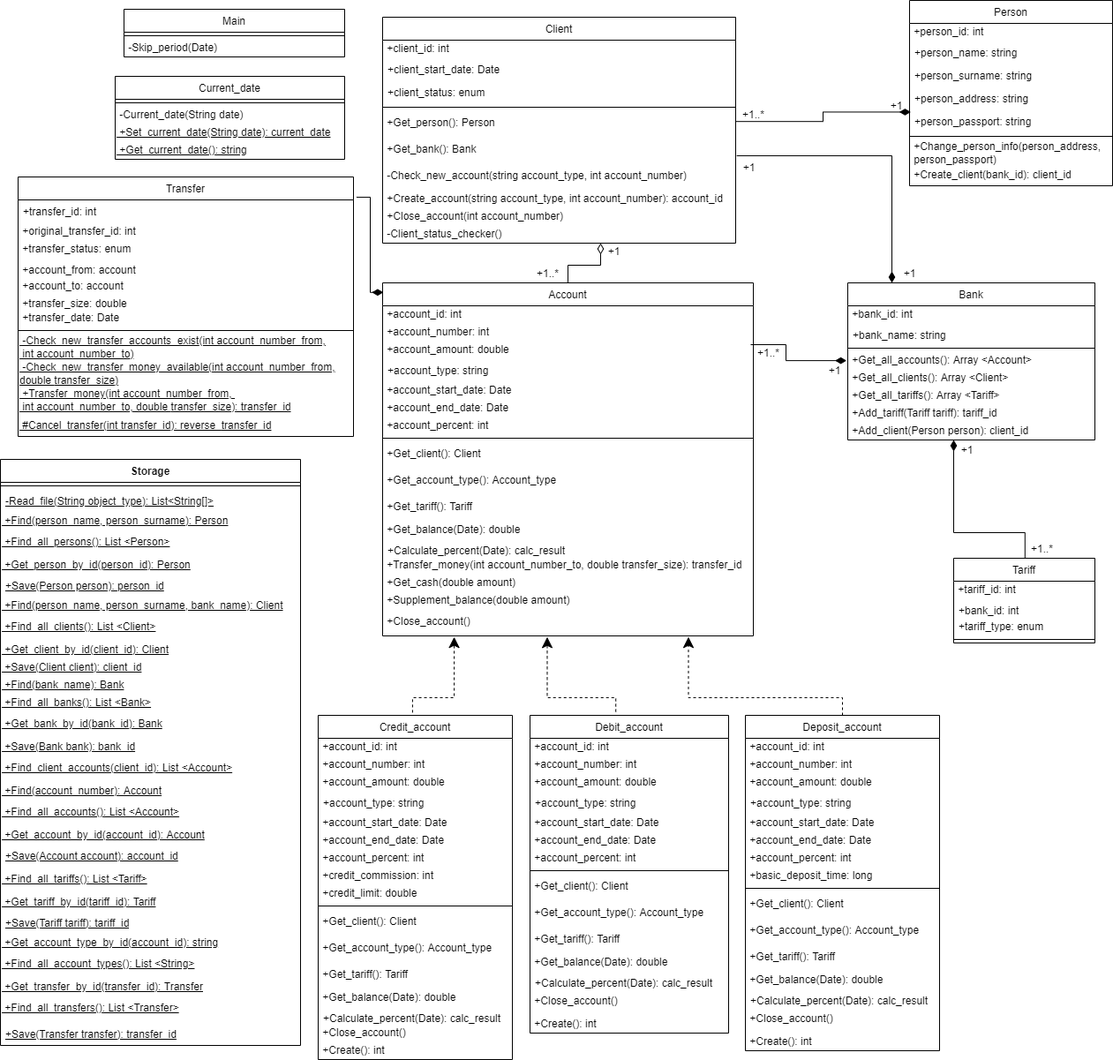
The draw.io diagram Banking diagram.png in Tanitum/Banking-system, before a commit. Source tidied: cells renumbered, new cells last; positions are measured from the earlier drawing's top-left corner, leaving out a move shared by most shapes.
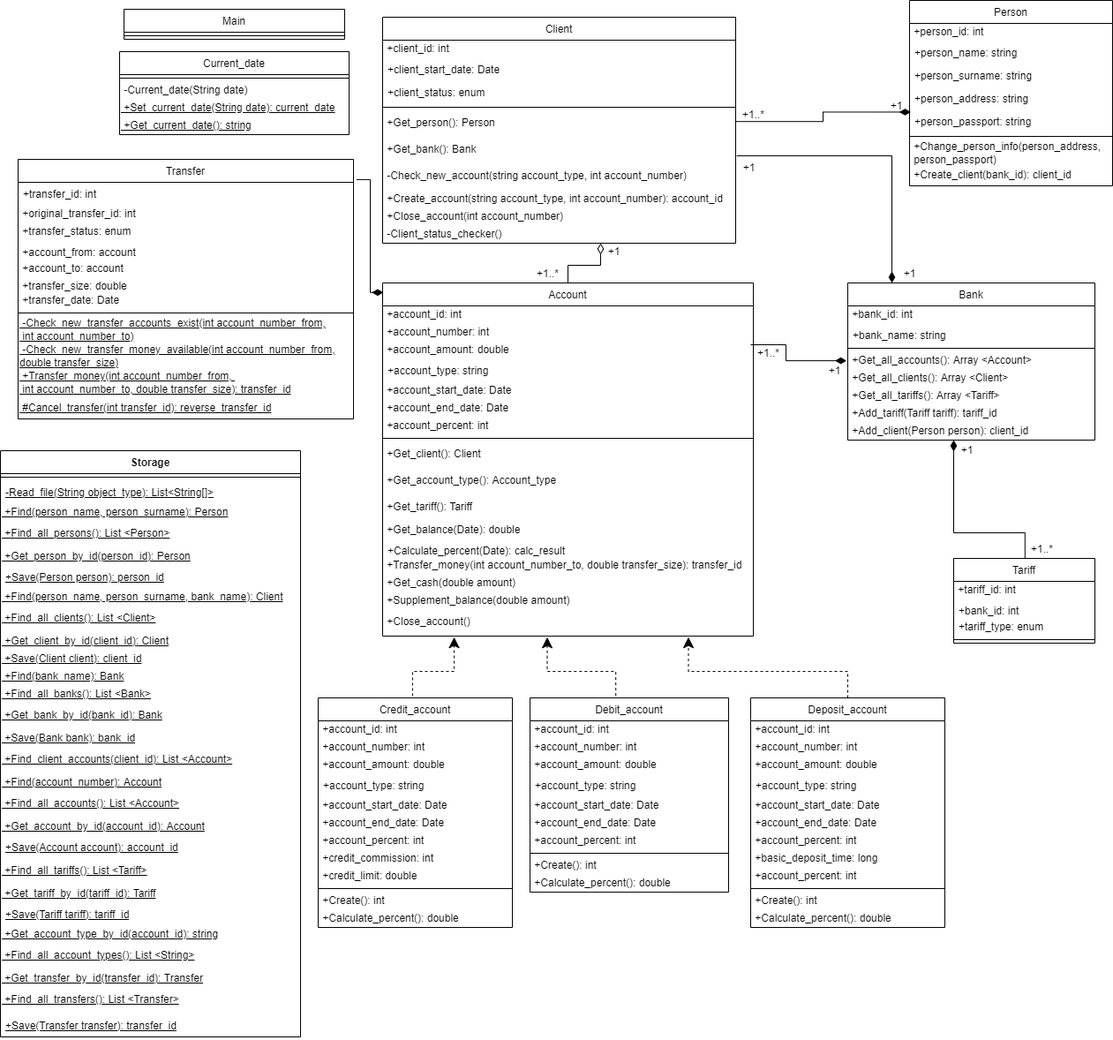
Above is the later version.

Change to the diagram source:
```diff
@@ -217,14 +217,11 @@
       <mxGeometry y="88" width="160" height="8" as="geometry" />
     </mxCell>
     <mxCell id="65" value="Main" style="swimlane;fontStyle=0;align=center;verticalAlign=top;horizontal=1;startSize=26;" parent="1" vertex="1">
-      <mxGeometry x="140" y="10" width="250" height="54" as="geometry" />
+      <mxGeometry x="140" y="10" width="250" height="34" as="geometry" />
     </mxCell>
     <mxCell id="66" style="line;strokeWidth=1;fillColor=none;align=left;verticalAlign=middle;spacingTop=-1;spacingLeft=3;spacingRight=3;labelPosition=right;" parent="65" vertex="1">
       <mxGeometry y="26" width="250" height="8" as="geometry" />
     </mxCell>
-    <mxCell id="67" value="&amp;nbsp;-Skip_period(Date)" style="text;html=1;align=left;verticalAlign=middle;strokeColor=none;fillColor=none;" parent="65" vertex="1">
-      <mxGeometry y="34" width="250" height="20" as="geometry" />
-    </mxCell>
     <mxCell id="68" value="+1" style="text;html=1;align=center;verticalAlign=middle;strokeColor=none;fillColor=none;" parent="1" vertex="1">
       <mxGeometry x="1080" y="500" width="30" height="20" as="geometry" />
     </mxCell>
@@ -232,7 +229,7 @@
       <mxGeometry x="1160" y="612" width="40" height="20" as="geometry" />
     </mxCell>
     <mxCell id="70" value="Debit_account" style="swimlane;fontStyle=0;align=center;verticalAlign=top;horizontal=1;startSize=26;" parent="1" vertex="1">
-      <mxGeometry x="600" y="810" width="225" height="360" as="geometry" />
+      <mxGeometry x="600" y="790" width="225" height="220" as="geometry" />
     </mxCell>
     <mxCell id="71" value="&lt;span style=&quot;&quot;&gt;&amp;nbsp;+account_id: int&lt;/span&gt;" style="text;html=1;align=left;verticalAlign=middle;strokeColor=none;fillColor=none;" parent="70" vertex="1">
       <mxGeometry y="26" width="225" height="20" as="geometry" />
@@ -258,29 +255,14 @@
     <mxCell id="78" style="line;strokeWidth=1;fillColor=none;align=left;verticalAlign=middle;spacingTop=-1;spacingLeft=3;spacingRight=3;labelPosition=right;" parent="70" vertex="1">
       <mxGeometry y="172" width="225" height="8" as="geometry" />
     </mxCell>
-    <mxCell id="79" value="&lt;span style=&quot;color: rgb(0 , 0 , 0) ; font-family: &amp;#34;helvetica&amp;#34; ; font-size: 12px ; font-style: normal ; font-weight: 400 ; letter-spacing: normal ; text-align: left ; text-indent: 0px ; text-transform: none ; word-spacing: 0px ; display: inline ; float: none&quot;&gt;&amp;nbsp;+Get_client(): C&lt;/span&gt;&lt;span style=&quot;font-family: &amp;#34;helvetica&amp;#34;&quot;&gt;lient&lt;/span&gt;" style="text;whiteSpace=wrap;html=1;" parent="70" vertex="1">
-      <mxGeometry y="180" width="225" height="30" as="geometry" />
-    </mxCell>
-    <mxCell id="80" value="&lt;span style=&quot;color: rgb(0 , 0 , 0) ; font-family: &amp;#34;helvetica&amp;#34; ; font-size: 12px ; font-style: normal ; font-weight: 400 ; letter-spacing: normal ; text-align: left ; text-indent: 0px ; text-transform: none ; word-spacing: 0px ; display: inline ; float: none&quot;&gt;&amp;nbsp;+Get_account_type(): Account_type&lt;/span&gt;" style="text;whiteSpace=wrap;html=1;" parent="70" vertex="1">
-      <mxGeometry y="210" width="225" height="30" as="geometry" />
-    </mxCell>
-    <mxCell id="81" value="&lt;span style=&quot;color: rgb(0 , 0 , 0) ; font-family: &amp;#34;helvetica&amp;#34; ; font-size: 12px ; font-style: normal ; font-weight: 400 ; letter-spacing: normal ; text-align: left ; text-indent: 0px ; text-transform: none ; word-spacing: 0px ; display: inline ; float: none&quot;&gt;&amp;nbsp;+Get_tariff(): Tariff&lt;/span&gt;" style="text;whiteSpace=wrap;html=1;" parent="70" vertex="1">
-      <mxGeometry y="240" width="225" height="30" as="geometry" />
-    </mxCell>
-    <mxCell id="82" value="&amp;nbsp;+Get_balance(Date): double" style="text;html=1;align=left;verticalAlign=middle;strokeColor=none;fillColor=none;" parent="70" vertex="1">
-      <mxGeometry y="270" width="225" height="20" as="geometry" />
-    </mxCell>
-    <mxCell id="83" value="+Calculate_percent(Date): calc_result" style="text;strokeColor=none;fillColor=none;align=left;verticalAlign=top;spacingLeft=4;spacingRight=4;overflow=hidden;" parent="70" vertex="1">
-      <mxGeometry y="290" width="225" height="20" as="geometry" />
-    </mxCell>
-    <mxCell id="84" value="&lt;span style=&quot;color: rgb(0 , 0 , 0) ; font-family: &amp;#34;helvetica&amp;#34; ; font-size: 12px ; font-style: normal ; font-weight: 400 ; letter-spacing: normal ; text-align: left ; text-indent: 0px ; text-transform: none ; word-spacing: 0px&quot;&gt;&amp;nbsp;+Close_account(&lt;/span&gt;&lt;span style=&quot;color: rgb(0 , 0 , 0) ; font-family: &amp;#34;helvetica&amp;#34; ; font-size: 12px ; font-style: normal ; font-weight: 400 ; letter-spacing: normal ; text-align: left ; text-indent: 0px ; text-transform: none ; word-spacing: 0px&quot;&gt;)&lt;/span&gt;" style="text;whiteSpace=wrap;html=1;" parent="70" vertex="1">
-      <mxGeometry y="310" width="225" height="30" as="geometry" />
-    </mxCell>
     <mxCell id="85" value="&amp;nbsp;+Create(): int" style="text;html=1;align=left;verticalAlign=middle;strokeColor=none;fillColor=none;" parent="70" vertex="1">
-      <mxGeometry y="340" width="225" height="20" as="geometry" />
+      <mxGeometry y="180" width="225" height="20" as="geometry" />
     </mxCell>
+    <mxCell id="173" value="&amp;nbsp;+Calculate_percent(): double" style="text;html=1;align=left;verticalAlign=middle;strokeColor=none;fillColor=none;" parent="70" vertex="1">
+      <mxGeometry y="200" width="225" height="20" as="geometry" />
+    </mxCell>
     <mxCell id="86" value="Deposit_account" style="swimlane;fontStyle=0;align=center;verticalAlign=top;horizontal=1;startSize=26;" parent="1" vertex="1">
-      <mxGeometry x="844" y="810" width="220" height="380" as="geometry" />
+      <mxGeometry x="850" y="790" width="220" height="260" as="geometry" />
     </mxCell>
     <mxCell id="87" value="&lt;span style=&quot;&quot;&gt;&amp;nbsp;+account_id: int&lt;/span&gt;" style="text;html=1;align=left;verticalAlign=middle;strokeColor=none;fillColor=none;" parent="86" vertex="1">
       <mxGeometry y="26" width="220" height="20" as="geometry" />
@@ -306,32 +288,20 @@
     <mxCell id="94" value="&lt;span&gt;&amp;nbsp;+basic_deposit_time: long&lt;/span&gt;" style="text;html=1;align=left;verticalAlign=middle;strokeColor=none;fillColor=none;" parent="86" vertex="1">
       <mxGeometry y="172" width="220" height="20" as="geometry" />
     </mxCell>
+    <mxCell id="174" value="&lt;span&gt;&amp;nbsp;+account_percent: int&lt;/span&gt;" style="text;html=1;align=left;verticalAlign=middle;strokeColor=none;fillColor=none;" parent="86" vertex="1">
+      <mxGeometry y="192" width="220" height="20" as="geometry" />
+    </mxCell>
     <mxCell id="95" style="line;strokeWidth=1;fillColor=none;align=left;verticalAlign=middle;spacingTop=-1;spacingLeft=3;spacingRight=3;labelPosition=right;" parent="86" vertex="1">
-      <mxGeometry y="192" width="220" height="8" as="geometry" />
+      <mxGeometry y="212" width="220" height="8" as="geometry" />
     </mxCell>
-    <mxCell id="96" value="&lt;span style=&quot;color: rgb(0 , 0 , 0) ; font-family: &amp;#34;helvetica&amp;#34; ; font-size: 12px ; font-style: normal ; font-weight: 400 ; letter-spacing: normal ; text-align: left ; text-indent: 0px ; text-transform: none ; word-spacing: 0px ; display: inline ; float: none&quot;&gt;&amp;nbsp;+Get_client(): C&lt;/span&gt;&lt;span style=&quot;font-family: &amp;#34;helvetica&amp;#34;&quot;&gt;lient&lt;/span&gt;" style="text;whiteSpace=wrap;html=1;" parent="86" vertex="1">
-      <mxGeometry y="200" width="220" height="30" as="geometry" />
-    </mxCell>
-    <mxCell id="97" value="&lt;span style=&quot;color: rgb(0 , 0 , 0) ; font-family: &amp;#34;helvetica&amp;#34; ; font-size: 12px ; font-style: normal ; font-weight: 400 ; letter-spacing: normal ; text-align: left ; text-indent: 0px ; text-transform: none ; word-spacing: 0px ; display: inline ; float: none&quot;&gt;&amp;nbsp;+Get_account_type(): Account_type&lt;/span&gt;" style="text;whiteSpace=wrap;html=1;" parent="86" vertex="1">
-      <mxGeometry y="230" width="220" height="30" as="geometry" />
-    </mxCell>
-    <mxCell id="98" value="&lt;span style=&quot;color: rgb(0 , 0 , 0) ; font-family: &amp;#34;helvetica&amp;#34; ; font-size: 12px ; font-style: normal ; font-weight: 400 ; letter-spacing: normal ; text-align: left ; text-indent: 0px ; text-transform: none ; word-spacing: 0px ; display: inline ; float: none&quot;&gt;&amp;nbsp;+Get_tariff(): Tariff&lt;/span&gt;" style="text;whiteSpace=wrap;html=1;" parent="86" vertex="1">
-      <mxGeometry y="260" width="220" height="30" as="geometry" />
-    </mxCell>
-    <mxCell id="99" value="&amp;nbsp;+Get_balance(Date): double" style="text;html=1;align=left;verticalAlign=middle;strokeColor=none;fillColor=none;" parent="86" vertex="1">
-      <mxGeometry y="290" width="220" height="20" as="geometry" />
-    </mxCell>
-    <mxCell id="100" value="+Calculate_percent(Date): calc_result" style="text;strokeColor=none;fillColor=none;align=left;verticalAlign=top;spacingLeft=4;spacingRight=4;overflow=hidden;" parent="86" vertex="1">
-      <mxGeometry y="310" width="220" height="20" as="geometry" />
-    </mxCell>
-    <mxCell id="101" value="&lt;span style=&quot;color: rgb(0 , 0 , 0) ; font-family: &amp;#34;helvetica&amp;#34; ; font-size: 12px ; font-style: normal ; font-weight: 400 ; letter-spacing: normal ; text-align: left ; text-indent: 0px ; text-transform: none ; word-spacing: 0px&quot;&gt;&amp;nbsp;+Close_account(&lt;/span&gt;&lt;span style=&quot;color: rgb(0 , 0 , 0) ; font-family: &amp;#34;helvetica&amp;#34; ; font-size: 12px ; font-style: normal ; font-weight: 400 ; letter-spacing: normal ; text-align: left ; text-indent: 0px ; text-transform: none ; word-spacing: 0px&quot;&gt;)&lt;/span&gt;" style="text;whiteSpace=wrap;html=1;" parent="86" vertex="1">
-      <mxGeometry y="330" width="220" height="30" as="geometry" />
-    </mxCell>
     <mxCell id="102" value="&amp;nbsp;+Create(): int" style="text;html=1;align=left;verticalAlign=middle;strokeColor=none;fillColor=none;" parent="86" vertex="1">
-      <mxGeometry y="360" width="220" height="20" as="geometry" />
+      <mxGeometry y="220" width="220" height="20" as="geometry" />
     </mxCell>
+    <mxCell id="175" value="&amp;nbsp;+Calculate_percent(): double" style="text;html=1;align=left;verticalAlign=middle;strokeColor=none;fillColor=none;" parent="86" vertex="1">
+      <mxGeometry y="240" width="220" height="20" as="geometry" />
+    </mxCell>
     <mxCell id="103" value="Credit_account" style="swimlane;fontStyle=0;align=center;verticalAlign=top;horizontal=1;startSize=26;" parent="1" vertex="1">
-      <mxGeometry x="360" y="810" width="220" height="390" as="geometry" />
+      <mxGeometry x="360" y="790" width="220" height="260" as="geometry" />
     </mxCell>
     <mxCell id="104" value="&lt;span style=&quot;&quot;&gt;&amp;nbsp;+account_id: int&lt;/span&gt;" style="text;html=1;align=left;verticalAlign=middle;strokeColor=none;fillColor=none;" parent="103" vertex="1">
       <mxGeometry y="26" width="220" height="20" as="geometry" />
@@ -363,27 +333,12 @@
     <mxCell id="113" style="line;strokeWidth=1;fillColor=none;align=left;verticalAlign=middle;spacingTop=-1;spacingLeft=3;spacingRight=3;labelPosition=right;" parent="103" vertex="1">
       <mxGeometry y="212" width="220" height="8" as="geometry" />
     </mxCell>
-    <mxCell id="114" value="&lt;span style=&quot;color: rgb(0 , 0 , 0) ; font-family: &amp;#34;helvetica&amp;#34; ; font-size: 12px ; font-style: normal ; font-weight: 400 ; letter-spacing: normal ; text-align: left ; text-indent: 0px ; text-transform: none ; word-spacing: 0px ; display: inline ; float: none&quot;&gt;&amp;nbsp;+Get_client(): C&lt;/span&gt;&lt;span style=&quot;font-family: &amp;#34;helvetica&amp;#34;&quot;&gt;lient&lt;/span&gt;" style="text;whiteSpace=wrap;html=1;" parent="103" vertex="1">
-      <mxGeometry y="220" width="220" height="30" as="geometry" />
-    </mxCell>
-    <mxCell id="115" value="&lt;span style=&quot;color: rgb(0 , 0 , 0) ; font-family: &amp;#34;helvetica&amp;#34; ; font-size: 12px ; font-style: normal ; font-weight: 400 ; letter-spacing: normal ; text-align: left ; text-indent: 0px ; text-transform: none ; word-spacing: 0px ; display: inline ; float: none&quot;&gt;&amp;nbsp;+Get_account_type(): Account_type&lt;/span&gt;" style="text;whiteSpace=wrap;html=1;" parent="103" vertex="1">
-      <mxGeometry y="250" width="220" height="30" as="geometry" />
-    </mxCell>
-    <mxCell id="116" value="&lt;span style=&quot;color: rgb(0 , 0 , 0) ; font-family: &amp;#34;helvetica&amp;#34; ; font-size: 12px ; font-style: normal ; font-weight: 400 ; letter-spacing: normal ; text-align: left ; text-indent: 0px ; text-transform: none ; word-spacing: 0px ; display: inline ; float: none&quot;&gt;&amp;nbsp;+Get_tariff(): Tariff&lt;/span&gt;" style="text;whiteSpace=wrap;html=1;" parent="103" vertex="1">
-      <mxGeometry y="280" width="220" height="30" as="geometry" />
-    </mxCell>
-    <mxCell id="117" value="&amp;nbsp;+Get_balance(Date): double" style="text;html=1;align=left;verticalAlign=middle;strokeColor=none;fillColor=none;" parent="103" vertex="1">
-      <mxGeometry y="310" width="220" height="20" as="geometry" />
-    </mxCell>
-    <mxCell id="118" value="+Calculate_percent(Date): calc_result" style="text;strokeColor=none;fillColor=none;align=left;verticalAlign=top;spacingLeft=4;spacingRight=4;overflow=hidden;" parent="103" vertex="1">
-      <mxGeometry y="330" width="220" height="20" as="geometry" />
-    </mxCell>
-    <mxCell id="119" value="&lt;span&gt;&amp;nbsp;+Close_account(&lt;/span&gt;&lt;span&gt;)&lt;br&gt;&lt;/span&gt;" style="text;html=1;align=left;verticalAlign=middle;strokeColor=none;fillColor=none;" parent="103" vertex="1">
-      <mxGeometry y="350" width="220" height="20" as="geometry" />
-    </mxCell>
     <mxCell id="120" value="&amp;nbsp;+Create(): int" style="text;html=1;align=left;verticalAlign=middle;strokeColor=none;fillColor=none;" parent="103" vertex="1">
-      <mxGeometry y="370" width="220" height="20" as="geometry" />
+      <mxGeometry y="220" width="220" height="20" as="geometry" />
     </mxCell>
+    <mxCell id="176" value="&amp;nbsp;+Calculate_percent(): double" style="text;html=1;align=left;verticalAlign=middle;strokeColor=none;fillColor=none;" parent="103" vertex="1">
+      <mxGeometry y="240" width="220" height="20" as="geometry" />
+    </mxCell>
     <mxCell id="121" style="edgeStyle=elbowEdgeStyle;elbow=vertical;endArrow=diamondThin;html=1;rounded=0;endSize=10;jumpSize=10;exitX=0.505;exitY=-0.003;exitDx=0;exitDy=0;exitPerimeter=0;endFill=1;" parent="1" edge="1" source="60" target="51">
       <mxGeometry relative="1" as="geometry">
         <Array as="points">
@@ -394,6 +349,8 @@
     <mxCell id="122" style="edgeStyle=elbowEdgeStyle;elbow=vertical;endArrow=classic;html=1;rounded=0;endSize=10;jumpSize=10;exitX=0.486;exitY=-0.008;exitDx=0;exitDy=0;exitPerimeter=0;dashed=1;entryX=0.193;entryY=1.038;entryDx=0;entryDy=0;entryPerimeter=0;" parent="1" edge="1" source="103" target="30">
       <mxGeometry relative="1" as="geometry">
         <Array as="points">
+          <mxPoint x="490" y="760" />
+          <mxPoint x="500" y="770" />
           <mxPoint x="490" y="790" />
           <mxPoint x="490" y="770" />
           <mxPoint x="520" y="760" />
@@ -404,6 +361,8 @@
     <mxCell id="123" style="edgeStyle=elbowEdgeStyle;elbow=vertical;endArrow=classic;html=1;rounded=0;endSize=10;jumpSize=10;entryX=0.825;entryY=1.038;entryDx=0;entryDy=0;entryPerimeter=0;dashed=1;" parent="1" edge="1" source="86" target="30">
       <mxGeometry relative="1" as="geometry">
         <Array as="points">
+          <mxPoint x="820" y="760" />
+          <mxPoint x="830" y="770" />
           <mxPoint x="830" y="790" />
           <mxPoint x="820" y="770" />
           <mxPoint x="890" y="760" />
@@ -413,6 +372,8 @@
     <mxCell id="124" style="edgeStyle=elbowEdgeStyle;elbow=vertical;endArrow=classic;html=1;rounded=0;endSize=10;jumpSize=10;dashed=1;entryX=0.444;entryY=1.043;entryDx=0;entryDy=0;entryPerimeter=0;exitX=0.432;exitY=-0.011;exitDx=0;exitDy=0;exitPerimeter=0;" parent="1" edge="1" source="70" target="30">
       <mxGeometry relative="1" as="geometry">
         <Array as="points">
+          <mxPoint x="660" y="760" />
+          <mxPoint x="650" y="770" />
           <mxPoint x="660" y="790" />
           <mxPoint x="670" y="770" />
           <mxPoint x="680" y="760" />
@@ -428,7 +389,7 @@
       <mxGeometry x="833" y="120" width="40" height="20" as="geometry" />
     </mxCell>
     <mxCell id="126" value="Transfer" style="swimlane;fontStyle=0;align=center;verticalAlign=top;horizontal=1;startSize=26;" parent="1" vertex="1">
-      <mxGeometry x="20" y="200" width="380" height="294" as="geometry" />
+      <mxGeometry x="20" y="180" width="380" height="294" as="geometry" />
     </mxCell>
     <mxCell id="127" value="+transfer_id: int" style="text;strokeColor=none;fillColor=none;align=left;verticalAlign=top;spacingLeft=4;spacingRight=4;overflow=hidden;" parent="126" vertex="1">
       <mxGeometry y="26" width="380" height="26" as="geometry" />
@@ -467,7 +428,7 @@
       <mxGeometry y="268" width="380" height="26" as="geometry" />
     </mxCell>
     <mxCell id="139" value="Storage" style="swimlane;fontStyle=1;align=center;verticalAlign=top;horizontal=1;startSize=26;" parent="1" vertex="1">
-      <mxGeometry y="520" width="340" height="664" as="geometry" />
+      <mxGeometry y="510" width="340" height="664" as="geometry" />
     </mxCell>
     <mxCell id="140" style="line;strokeWidth=1;fillColor=none;align=left;verticalAlign=middle;spacingTop=-1;spacingLeft=3;spacingRight=3;labelPosition=right;" parent="139" vertex="1">
       <mxGeometry y="26" width="340" height="8" as="geometry" />
@@ -554,7 +515,7 @@
       <mxGeometry relative="1" as="geometry" />
     </mxCell>
     <mxCell id="168" value="Current_date" style="swimlane;fontStyle=0;align=center;verticalAlign=top;horizontal=1;startSize=26;" parent="1" vertex="1">
-      <mxGeometry x="130" y="86" width="260" height="94" as="geometry" />
+      <mxGeometry x="135" y="58" width="260" height="94" as="geometry" />
     </mxCell>
     <mxCell id="169" style="line;strokeWidth=1;fillColor=none;align=left;verticalAlign=middle;spacingTop=-1;spacingLeft=3;spacingRight=3;labelPosition=right;" parent="168" vertex="1">
       <mxGeometry y="26" width="260" height="8" as="geometry" />
```
